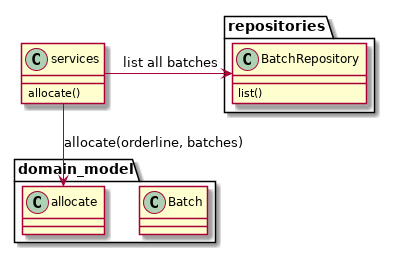
Before: images/before_aggregates_diagram.png, a diagram exported from PlantUML (cosmicpython/book). Source of this version:
```plantuml
@startuml

class services {
    allocate()
}


package domain_model {

  class Batch {
  }

  class allocate {
  }
}


package repositories {

  class BatchRepository {
    list()
  }

}

services -> BatchRepository: list all batches
services --> allocate: allocate(orderline, batches)

@enduml
```
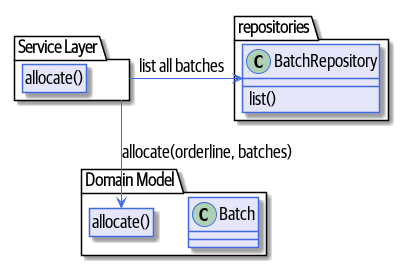
After the commit.

Change to the diagram source:
```diff
@@ -1,17 +1,48 @@
 @startuml
-
-class services {
-    allocate()
+skinparam default {
+    FontName Guardian Sans Cond Regular
+    FontSize 18
+    FontColor Black
+    Padding 100
 }
 
+skinparam class {
+    BackgroundColor Lavender
+    BorderColor RoyalBlue
+}
+skinparam package {
+    FontName Guardian Sans Cond Light
+}
 
-package domain_model {
+skinparam sequencelifeline {
+    BorderColor RoyalBlue
+}
+skinparam arrow {
+    Color RoyalBlue
+}
+skinparam participant {
+    BackgroundColor Lavender
+    BorderColor RoyalBlue
+}
+
+package "Service Layer" as services {
+    class "allocate()" as allocate {
+    }
+}
+
+hide allocate circle
+hide allocate members
+
+
+package "Domain Model" as domain_model {
 
   class Batch {
   }
 
-  class allocate {
+  class "allocate()" as allocate_domain_service {
   }
+    hide allocate_domain_service circle
+    hide allocate_domain_service members
 }
 
 
@@ -24,6 +55,6 @@
 }
 
 services -> BatchRepository: list all batches
-services --> allocate: allocate(orderline, batches)
+services --> allocate_domain_service: allocate(orderline, batches)
 
 @enduml
```
